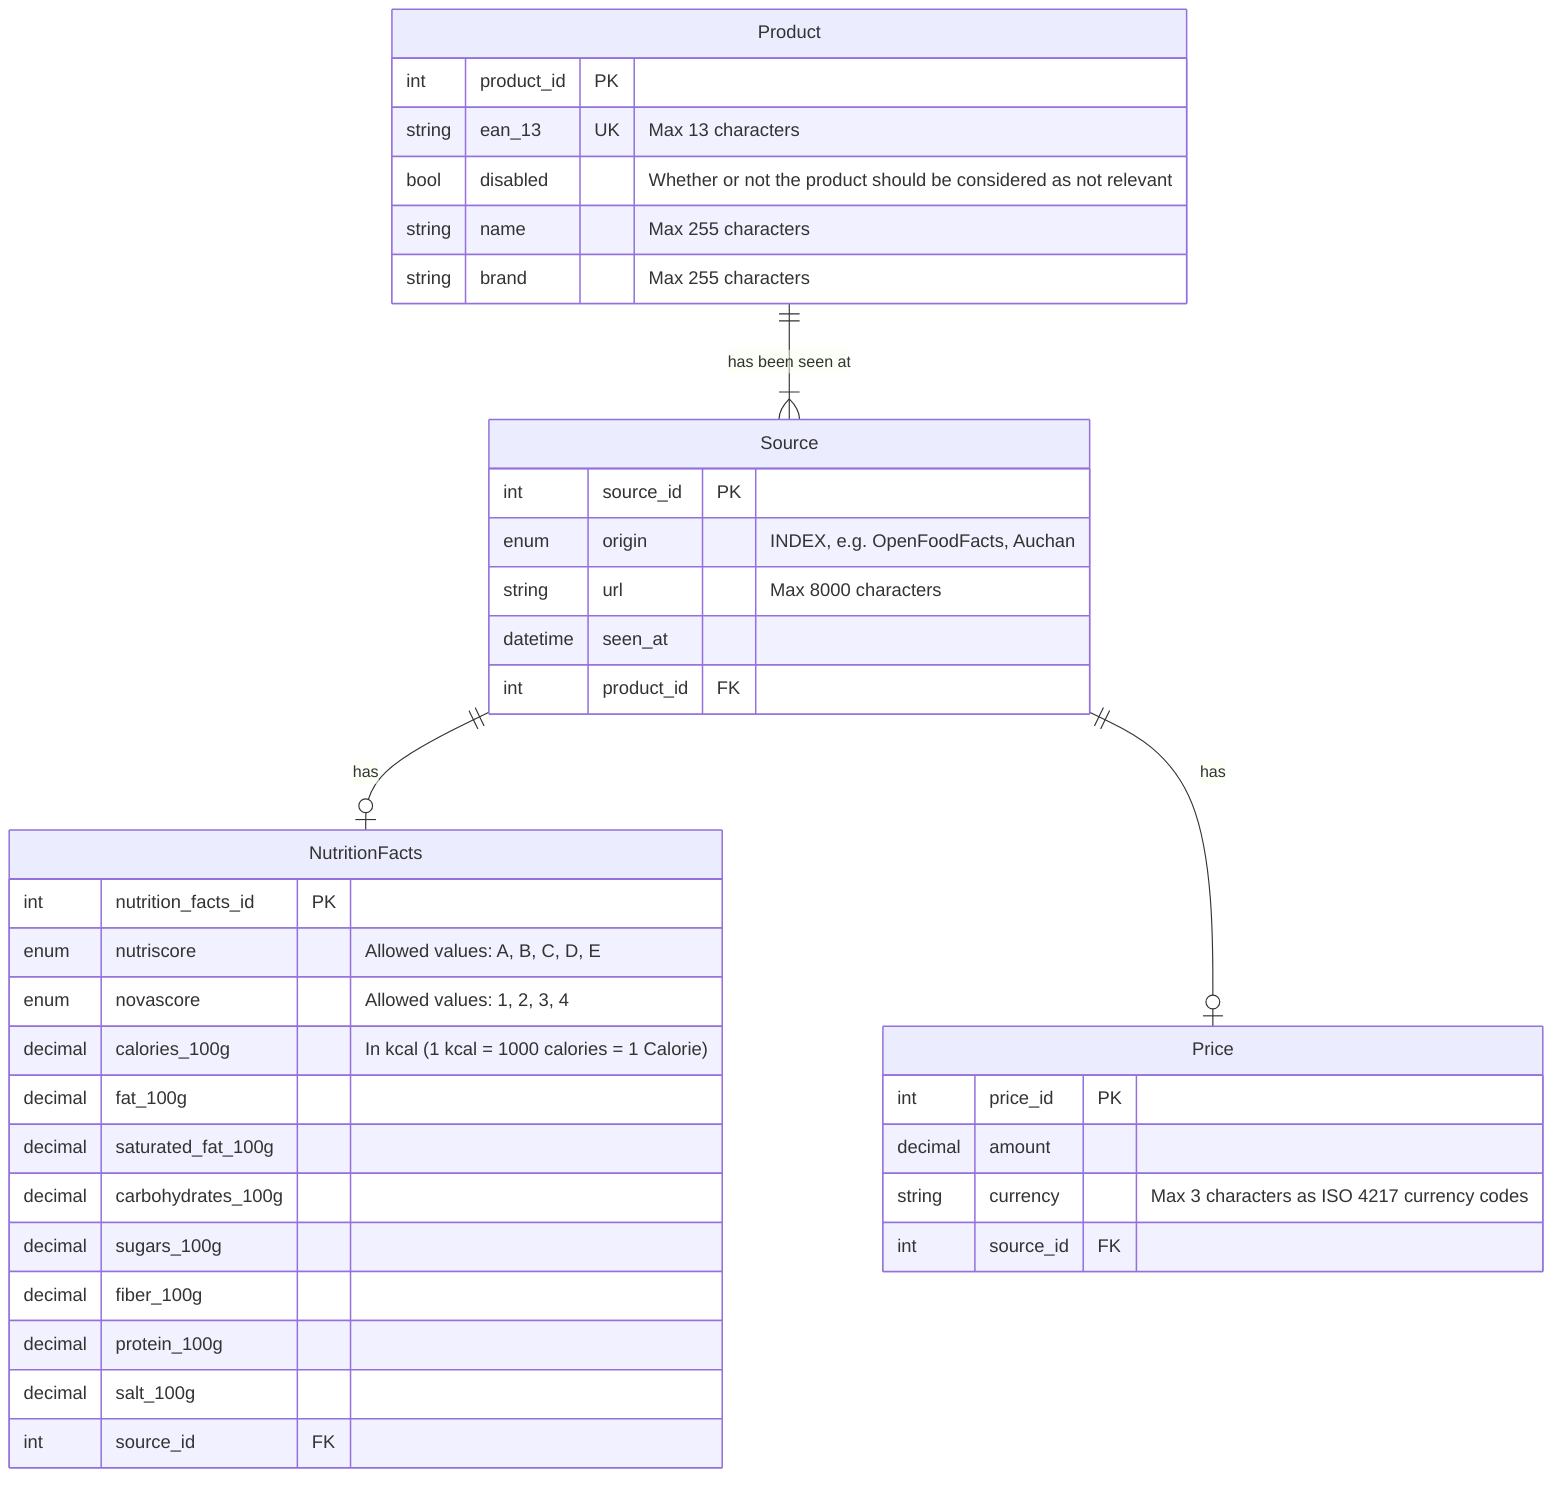
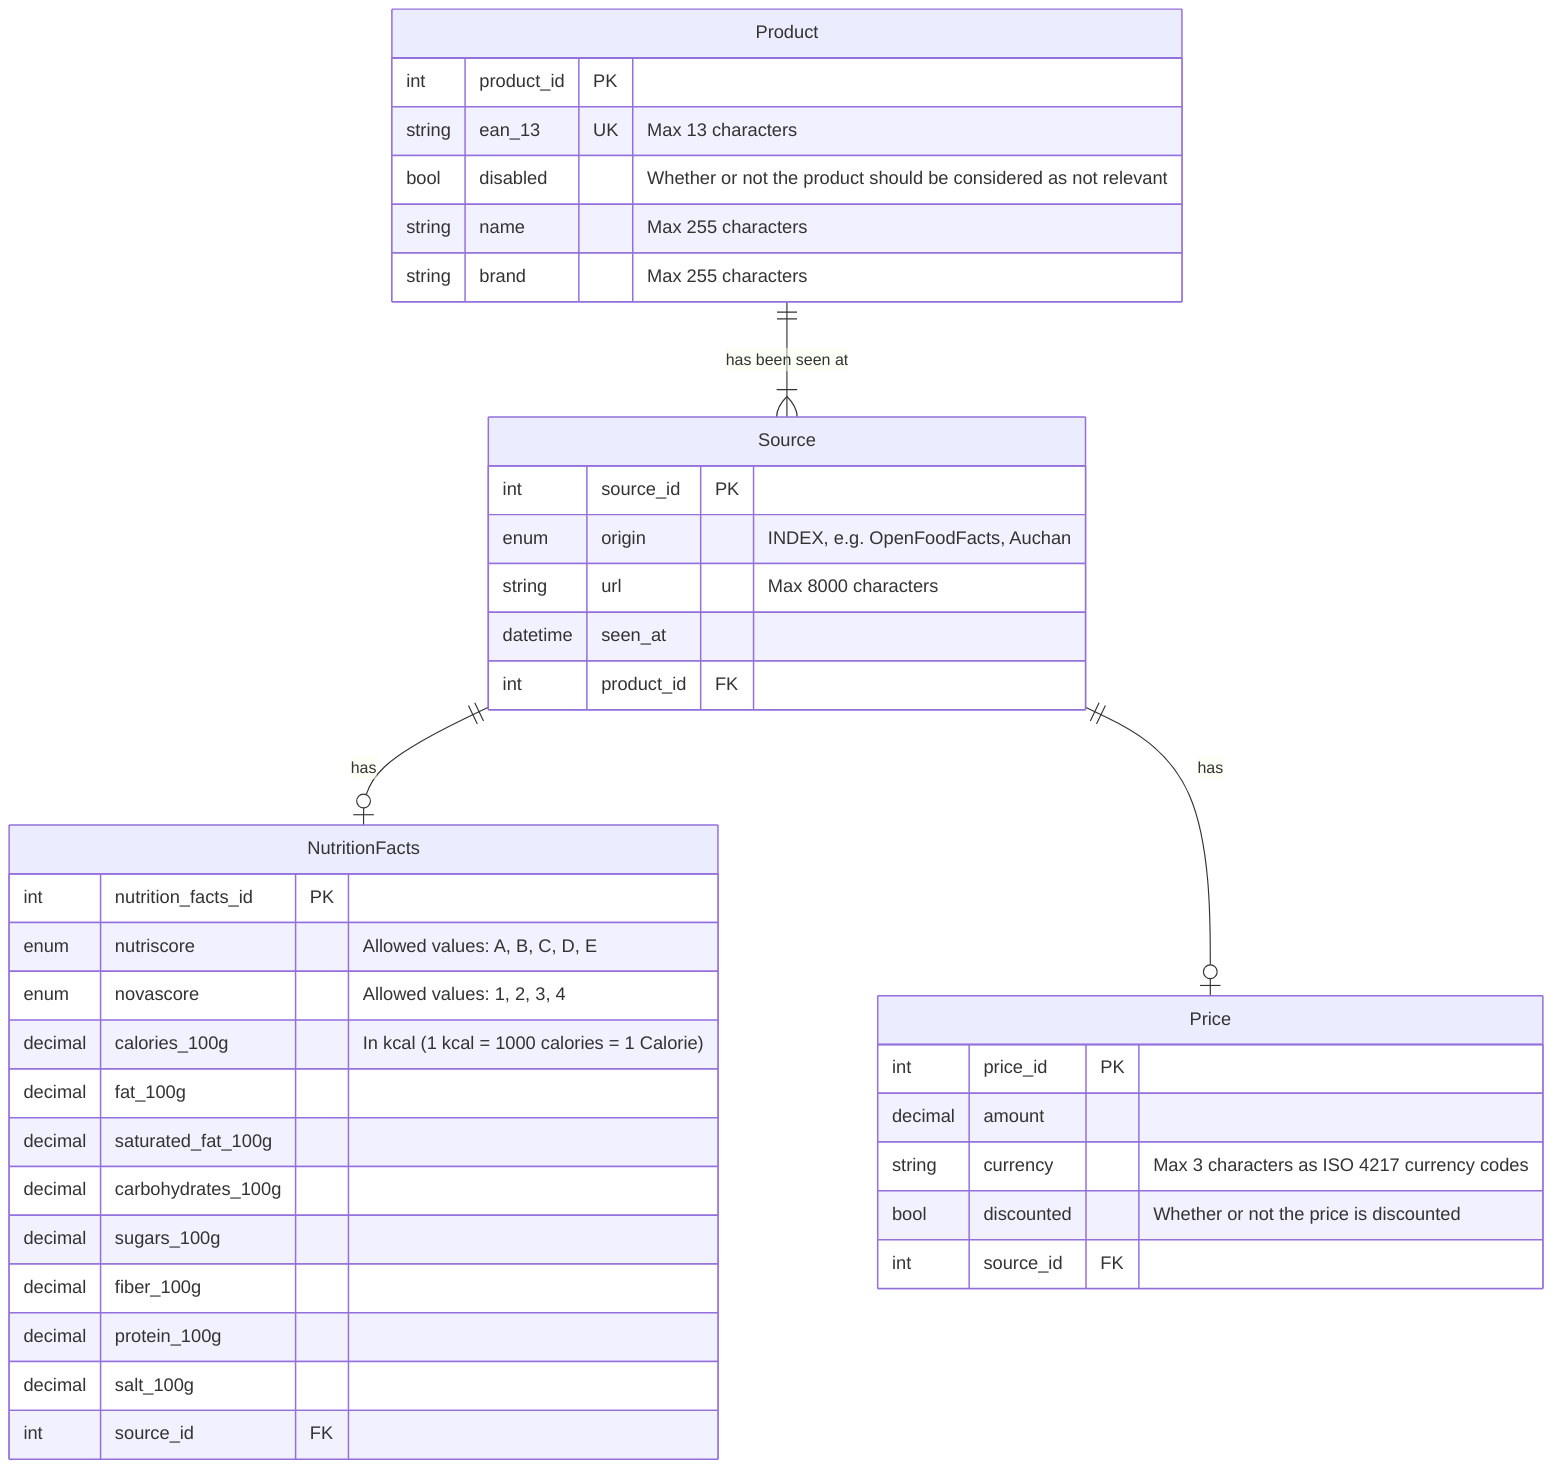
erDiagram
    Product {
        int product_id PK

        string ean_13 UK "Max 13 characters"
        bool disabled "Whether or not the product should be considered as not relevant"

        string name "Max 255 characters"
        string brand "Max 255 characters"
    }

    Source {
        int source_id PK

        enum origin "INDEX, e.g. OpenFoodFacts, Auchan"
        string url "Max 8000 characters"
        datetime seen_at

        int product_id FK
    }

    NutritionFacts {
        int nutrition_facts_id PK

        enum nutriscore "Allowed values: A, B, C, D, E"
        enum novascore "Allowed values: 1, 2, 3, 4"

        decimal calories_100g "In kcal (1 kcal = 1000 calories = 1 Calorie)"

        decimal fat_100g
        decimal saturated_fat_100g
        decimal carbohydrates_100g
        decimal sugars_100g
        decimal fiber_100g
        decimal protein_100g
        decimal salt_100g

        int source_id FK
    }

    Price {
        int price_id PK

        decimal amount
        string currency "Max 3 characters as ISO 4217 currency codes"
+         bool discounted "Whether or not the price is discounted"

        int source_id FK
    }

    Product 1--1+ Source : "has been seen at"

    Source 1--one or zero NutritionFacts : "has"
    Source 1--one or zero Price : "has"
